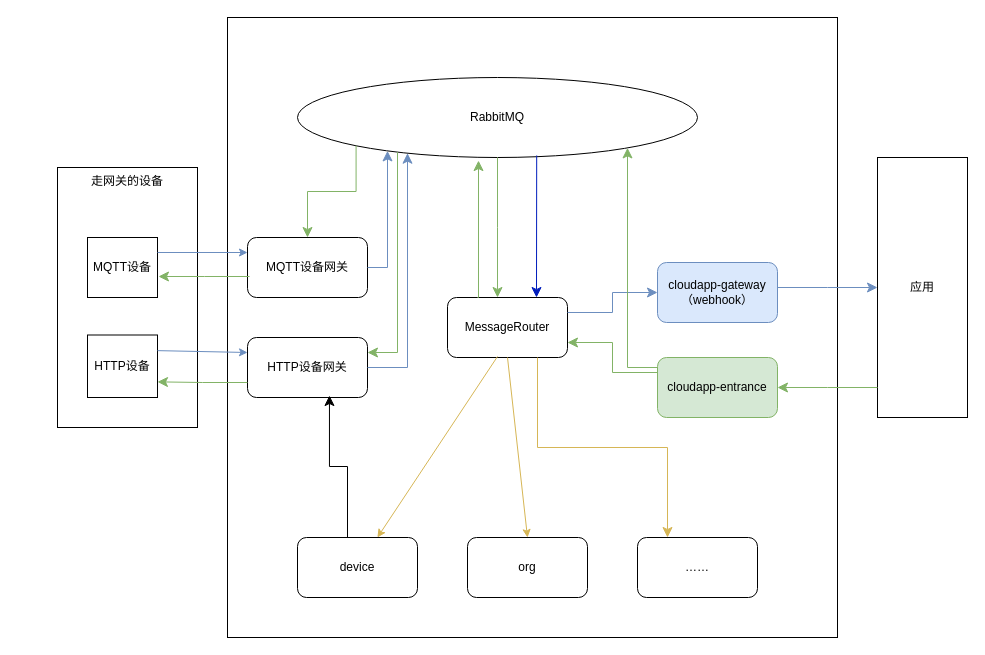
Before: 未命名绘图.drawio in ioware37/tsung, a draw.io diagram. Source tidied: cells renumbered, new cells numbered last; positions are measured from the earlier drawing's top-left corner, leaving out a move shared by most shapes. Both pictures are drawn from the tidied source at 100%, with x=0, y=0 at pixel (57, 17).
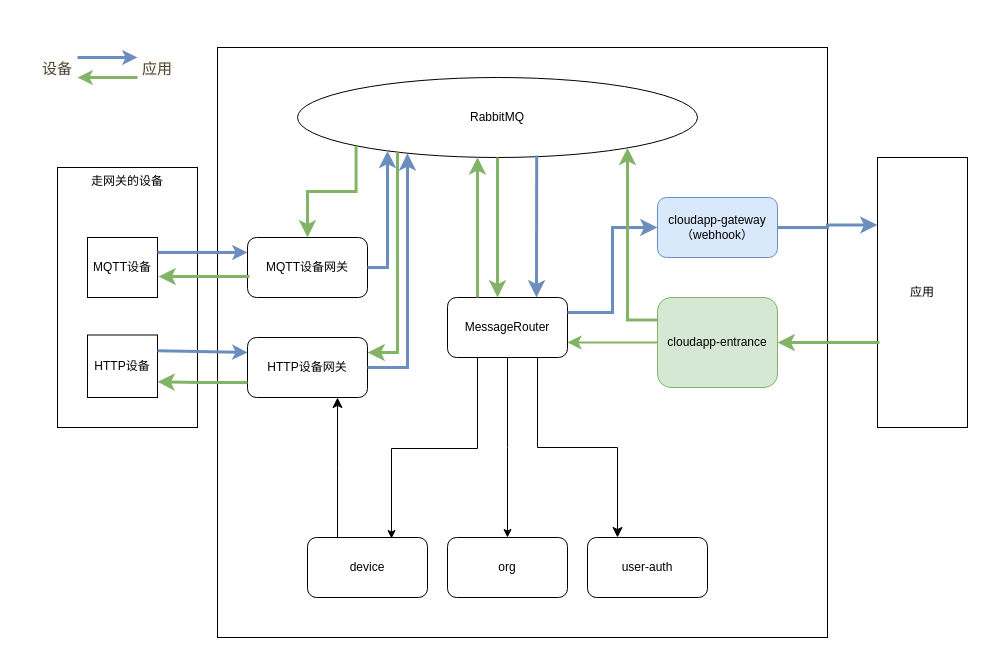
After the change.

Unchanged cells that the change refers to:
```xml
<mxCell id="4" value="MQTT设备" style="rounded=0;whiteSpace=wrap;html=1;" parent="1" vertex="1">
  <mxGeometry x="30" y="220" width="70" height="60" as="geometry" />
</mxCell>
<mxCell id="5" value="HTTP设备" style="rounded=0;whiteSpace=wrap;html=1;" parent="1" vertex="1">
  <mxGeometry x="30" y="317.5" width="70" height="62.5" as="geometry" />
</mxCell>
<mxCell id="6" value="MQTT设备网关" style="rounded=1;whiteSpace=wrap;html=1;" parent="1" vertex="1">
  <mxGeometry x="190" y="220" width="120" height="60" as="geometry" />
</mxCell>
<mxCell id="7" value="HTTP设备网关" style="rounded=1;whiteSpace=wrap;html=1;" parent="1" vertex="1">
  <mxGeometry x="190" y="320" width="120" height="60" as="geometry" />
</mxCell>
<mxCell id="8" value="RabbitMQ" style="ellipse;whiteSpace=wrap;html=1;" parent="1" vertex="1">
  <mxGeometry x="240" y="60" width="400" height="80" as="geometry" />
</mxCell>
<mxCell id="9" value="MessageRouter" style="rounded=1;whiteSpace=wrap;html=1;" parent="1" vertex="1">
  <mxGeometry x="390" y="280" width="120" height="60" as="geometry" />
</mxCell>
```

The edit, as a diff of the source:
```diff
@@
-    <mxCell id="2" style="rounded=0;whiteSpace=wrap;html=1;fillColor=none;" parent="1" vertex="1">
-      <mxGeometry x="170" width="610" height="620" as="geometry" />
+    <mxCell id="2" style="rounded=0;whiteSpace=wrap;html=1;" parent="1" vertex="1">
+      <mxGeometry x="160" y="30" width="610" height="590" as="geometry" />
     </mxCell>
@@
-    <mxCell id="10" style="endArrow=classic;html=1;rounded=0;entryX=0;entryY=0.25;entryDx=0;entryDy=0;fillColor=#dae8fc;strokeColor=#6c8ebf;exitX=1;exitY=0.25;exitDx=0;exitDy=0;" parent="1" edge="1" source="4" target="6">
+    <mxCell id="10" style="endArrow=classic;html=1;rounded=0;entryX=0;entryY=0.25;entryDx=0;entryDy=0;fillColor=#dae8fc;strokeColor=#6c8ebf;exitX=1;exitY=0.25;exitDx=0;exitDy=0;strokeWidth=3;" parent="1" edge="1" source="4" target="6">
       <mxGeometry relative="1" as="geometry" />
     </mxCell>
-    <mxCell id="11" style="endArrow=classic;html=1;rounded=0;exitX=1;exitY=0.25;exitDx=0;exitDy=0;fillColor=#dae8fc;strokeColor=#6c8ebf;entryX=0;entryY=0.25;entryDx=0;entryDy=0;" parent="1" edge="1" source="5" target="7">
+    <mxCell id="11" style="endArrow=classic;html=1;rounded=0;exitX=1;exitY=0.25;exitDx=0;exitDy=0;fillColor=#dae8fc;strokeColor=#6c8ebf;entryX=0;entryY=0.25;entryDx=0;entryDy=0;strokeWidth=3;" parent="1" edge="1" source="5" target="7">
       <mxGeometry relative="1" as="geometry" />
     </mxCell>
-    <mxCell id="12" style="edgeStyle=elbowEdgeStyle;elbow=horizontal;endArrow=classic;html=1;curved=0;rounded=0;endSize=8;startSize=8;fillColor=#dae8fc;strokeColor=#6c8ebf;" parent="1" edge="1" source="7" target="8">
+    <mxCell id="12" style="edgeStyle=elbowEdgeStyle;elbow=horizontal;endArrow=classic;html=1;curved=0;rounded=0;endSize=8;startSize=8;fillColor=#dae8fc;strokeColor=#6c8ebf;strokeWidth=3;" parent="1" edge="1" source="7" target="8">
       <mxGeometry relative="1" as="geometry">
         <Array as="points">
           <mxPoint x="350" y="260" />
         </Array>
       </mxGeometry>
     </mxCell>
-    <mxCell id="13" style="edgeStyle=elbowEdgeStyle;elbow=horizontal;endArrow=classic;html=1;curved=0;rounded=0;endSize=8;startSize=8;exitX=0.5;exitY=1;exitDx=0;exitDy=0;fillColor=#d5e8d4;strokeColor=#82b366;" parent="1" edge="1" source="8" target="9">
+    <mxCell id="13" style="edgeStyle=elbowEdgeStyle;elbow=horizontal;endArrow=classic;html=1;curved=0;rounded=0;endSize=8;startSize=8;exitX=0.5;exitY=1;exitDx=0;exitDy=0;fillColor=#d5e8d4;strokeColor=#82b366;strokeWidth=3;" parent="1" edge="1" source="8" target="9">
       <mxGeometry relative="1" as="geometry" />
     </mxCell>
-    <mxCell id="14" style="edgeStyle=elbowEdgeStyle;elbow=horizontal;endArrow=classic;html=1;curved=0;rounded=0;endSize=8;startSize=8;exitX=1;exitY=0.5;exitDx=0;exitDy=0;fillColor=#dae8fc;strokeColor=#6c8ebf;" parent="1" edge="1" source="6" target="8">
+    <mxCell id="14" style="edgeStyle=elbowEdgeStyle;elbow=horizontal;endArrow=classic;html=1;curved=0;rounded=0;endSize=8;startSize=8;exitX=1;exitY=0.5;exitDx=0;exitDy=0;fillColor=#dae8fc;strokeColor=#6c8ebf;strokeWidth=3;" parent="1" edge="1" source="6" target="8">
       <mxGeometry relative="1" as="geometry">
         <Array as="points">
           <mxPoint x="330" y="220" />
         </Array>
       </mxGeometry>
     </mxCell>
     <mxCell id="15" value="cloudapp-gateway&lt;br&gt;（webhook）" style="rounded=1;whiteSpace=wrap;html=1;fillColor=#dae8fc;strokeColor=#6c8ebf;" parent="1" vertex="1">
-      <mxGeometry x="600" y="245" width="120" height="60" as="geometry" />
+      <mxGeometry x="600" y="180" width="120" height="60" as="geometry" />
     </mxCell>
-    <mxCell id="16" style="edgeStyle=elbowEdgeStyle;elbow=horizontal;endArrow=classic;html=1;curved=0;rounded=0;endSize=8;startSize=8;exitX=1;exitY=0.25;exitDx=0;exitDy=0;fillColor=#dae8fc;strokeColor=#6c8ebf;" parent="1" edge="1" source="9" target="15">
+    <mxCell id="16" style="edgeStyle=elbowEdgeStyle;elbow=horizontal;endArrow=classic;html=1;curved=0;rounded=0;endSize=8;startSize=8;exitX=1;exitY=0.25;exitDx=0;exitDy=0;fillColor=#dae8fc;strokeColor=#6c8ebf;strokeWidth=3;" parent="1" edge="1" source="9" target="15">
       <mxGeometry relative="1" as="geometry" />
     </mxCell>
     <mxCell id="17" value="应用" style="rounded=0;whiteSpace=wrap;html=1;" parent="1" vertex="1">
-      <mxGeometry x="820" y="140" width="90" height="260" as="geometry" />
+      <mxGeometry x="820" y="140" width="90" height="270" as="geometry" />
     </mxCell>
-    <mxCell id="18" style="edgeStyle=elbowEdgeStyle;elbow=horizontal;endArrow=classic;html=1;curved=0;rounded=0;endSize=8;startSize=8;entryX=0;entryY=0.5;entryDx=0;entryDy=0;fillColor=#dae8fc;strokeColor=#6c8ebf;" parent="1" edge="1" target="17">
-      <mxGeometry relative="1" as="geometry">
-        <mxPoint x="720" y="270" as="sourcePoint" />
-      </mxGeometry>
-    </mxCell>
     <mxCell id="19" value="cloudapp-entrance" style="rounded=1;whiteSpace=wrap;html=1;fillColor=#d5e8d4;strokeColor=#82b366;" parent="1" vertex="1">
-      <mxGeometry x="600" y="340" width="120" height="60" as="geometry" />
+      <mxGeometry x="600" y="280" width="120" height="90" as="geometry" />
     </mxCell>
-    <mxCell id="20" style="edgeStyle=elbowEdgeStyle;elbow=horizontal;endArrow=classic;html=1;curved=0;rounded=0;endSize=8;startSize=8;entryX=1;entryY=0.5;entryDx=0;entryDy=0;fillColor=#d5e8d4;strokeColor=#82b366;" parent="1" edge="1" source="17" target="19">
+    <mxCell id="20" style="edgeStyle=elbowEdgeStyle;elbow=horizontal;endArrow=classic;html=1;curved=0;rounded=0;endSize=8;startSize=8;entryX=1;entryY=0.5;entryDx=0;entryDy=0;fillColor=#d5e8d4;strokeColor=#82b366;exitX=0.022;exitY=0.685;exitDx=0;exitDy=0;exitPerimeter=0;strokeWidth=3;" parent="1" edge="1" source="17" target="19">
       <mxGeometry relative="1" as="geometry">
         <Array as="points">
           <mxPoint x="770" y="370" />
         </Array>
       </mxGeometry>
     </mxCell>
-    <mxCell id="21" style="edgeStyle=elbowEdgeStyle;elbow=horizontal;endArrow=classic;html=1;curved=0;rounded=0;endSize=8;startSize=8;fillColor=#d5e8d4;strokeColor=#82b366;" parent="1" edge="1" source="19" target="8">
+    <mxCell id="21" style="edgeStyle=elbowEdgeStyle;elbow=horizontal;endArrow=classic;html=1;curved=0;rounded=0;endSize=8;startSize=8;fillColor=#d5e8d4;strokeColor=#82b366;exitX=0;exitY=0.25;exitDx=0;exitDy=0;strokeWidth=3;" parent="1" edge="1" source="19" target="8">
       <mxGeometry relative="1" as="geometry">
         <Array as="points">
           <mxPoint x="570" y="350" />
         </Array>
       </mxGeometry>
     </mxCell>
-    <mxCell id="22" style="edgeStyle=elbowEdgeStyle;elbow=horizontal;endArrow=classic;html=1;curved=0;rounded=0;endSize=8;startSize=8;exitX=0.598;exitY=0.975;exitDx=0;exitDy=0;exitPerimeter=0;fillColor=#0050ef;strokeColor=#001DBC;" parent="1" edge="1" source="8" target="9">
+    <mxCell id="22" style="edgeStyle=elbowEdgeStyle;elbow=horizontal;endArrow=classic;html=1;curved=0;rounded=0;endSize=8;startSize=8;exitX=0.598;exitY=0.975;exitDx=0;exitDy=0;exitPerimeter=0;fillColor=#dae8fc;strokeColor=#6c8ebf;strokeWidth=3;" parent="1" edge="1" source="8" target="9">
       <mxGeometry relative="1" as="geometry" />
     </mxCell>
-    <mxCell id="23" style="edgeStyle=elbowEdgeStyle;elbow=horizontal;endArrow=classic;html=1;curved=0;rounded=0;endSize=8;startSize=8;exitX=0.25;exitY=0;exitDx=0;exitDy=0;entryX=0.453;entryY=1.038;entryDx=0;entryDy=0;entryPerimeter=0;fillColor=#d5e8d4;strokeColor=#82b366;" parent="1" edge="1" source="9" target="8">
+    <mxCell id="23" style="edgeStyle=elbowEdgeStyle;elbow=horizontal;endArrow=classic;html=1;curved=0;rounded=0;endSize=8;startSize=8;exitX=0.25;exitY=0;exitDx=0;exitDy=0;fillColor=#d5e8d4;strokeColor=#82b366;strokeWidth=3;" parent="1" edge="1" source="9" target="8">
       <mxGeometry relative="1" as="geometry" />
     </mxCell>
-    <mxCell id="24" style="edgeStyle=elbowEdgeStyle;elbow=horizontal;endArrow=classic;html=1;curved=0;rounded=0;endSize=8;startSize=8;fillColor=#d5e8d4;strokeColor=#82b366;entryX=1;entryY=0.25;entryDx=0;entryDy=0;" parent="1" edge="1" source="8" target="7">
+    <mxCell id="24" style="edgeStyle=elbowEdgeStyle;elbow=horizontal;endArrow=classic;html=1;curved=0;rounded=0;endSize=8;startSize=8;fillColor=#d5e8d4;strokeColor=#82b366;entryX=1;entryY=0.25;entryDx=0;entryDy=0;strokeWidth=3;" parent="1" edge="1" source="8" target="7">
       <mxGeometry relative="1" as="geometry">
         <Array as="points">
           <mxPoint x="340" y="270" />
         </Array>
       </mxGeometry>
     </mxCell>
-    <mxCell id="25" style="edgeStyle=elbowEdgeStyle;elbow=horizontal;endArrow=classic;html=1;curved=0;rounded=0;endSize=8;startSize=8;entryX=1.014;entryY=0.65;entryDx=0;entryDy=0;exitX=0.017;exitY=0.65;exitDx=0;exitDy=0;exitPerimeter=0;fillColor=#d5e8d4;strokeColor=#82b366;entryPerimeter=0;" parent="1" edge="1" source="6" target="4">
+    <mxCell id="25" style="edgeStyle=elbowEdgeStyle;elbow=horizontal;endArrow=classic;html=1;curved=0;rounded=0;endSize=8;startSize=8;entryX=1.014;entryY=0.65;entryDx=0;entryDy=0;exitX=0.017;exitY=0.65;exitDx=0;exitDy=0;exitPerimeter=0;fillColor=#d5e8d4;strokeColor=#82b366;entryPerimeter=0;strokeWidth=3;" parent="1" edge="1" source="6" target="4">
       <mxGeometry relative="1" as="geometry" />
     </mxCell>
-    <mxCell id="26" style="edgeStyle=elbowEdgeStyle;elbow=horizontal;endArrow=classic;html=1;curved=0;rounded=0;endSize=8;startSize=8;exitX=0;exitY=0.75;exitDx=0;exitDy=0;entryX=1;entryY=0.75;entryDx=0;entryDy=0;fillColor=#d5e8d4;strokeColor=#82b366;" parent="1" edge="1" source="7" target="5">
+    <mxCell id="26" style="edgeStyle=elbowEdgeStyle;elbow=horizontal;endArrow=classic;html=1;curved=0;rounded=0;endSize=8;startSize=8;exitX=0;exitY=0.75;exitDx=0;exitDy=0;entryX=1;entryY=0.75;entryDx=0;entryDy=0;fillColor=#d5e8d4;strokeColor=#82b366;strokeWidth=3;" parent="1" edge="1" source="7" target="5">
       <mxGeometry relative="1" as="geometry" />
     </mxCell>
-    <mxCell id="27" style="edgeStyle=elbowEdgeStyle;elbow=horizontal;endArrow=classic;html=1;curved=0;rounded=0;endSize=8;startSize=8;exitX=0;exitY=0.25;exitDx=0;exitDy=0;entryX=1;entryY=0.75;entryDx=0;entryDy=0;fillColor=#d5e8d4;strokeColor=#82b366;" parent="1" edge="1" source="19" target="9">
+    <mxCell id="27" style="edgeStyle=elbowEdgeStyle;elbow=horizontal;endArrow=classic;html=1;curved=0;rounded=0;endSize=8;startSize=8;exitX=0;exitY=0.5;exitDx=0;exitDy=0;entryX=1;entryY=0.75;entryDx=0;entryDy=0;fillColor=#d5e8d4;strokeColor=#82b366;strokeWidth=2;" parent="1" edge="1" source="19" target="9">
       <mxGeometry relative="1" as="geometry" />
     </mxCell>
     <mxCell id="28" value="device" style="rounded=1;whiteSpace=wrap;html=1;" parent="1" vertex="1">
-      <mxGeometry x="240" y="520" width="120" height="60" as="geometry" />
+      <mxGeometry x="250" y="520" width="120" height="60" as="geometry" />
     </mxCell>
     <mxCell id="29" value="org" style="rounded=1;whiteSpace=wrap;html=1;" parent="1" vertex="1">
-      <mxGeometry x="410" y="520" width="120" height="60" as="geometry" />
+      <mxGeometry x="390" y="520" width="120" height="60" as="geometry" />
     </mxCell>
-    <mxCell id="30" style="endArrow=classic;html=1;rounded=0;exitX=0.417;exitY=0.983;exitDx=0;exitDy=0;exitPerimeter=0;fillColor=#fff2cc;strokeColor=#d6b656;" parent="1" edge="1" source="9" target="28">
+    <mxCell id="30" style="endArrow=classic;html=1;rounded=0;exitX=0.25;exitY=1;exitDx=0;exitDy=0;edgeStyle=elbowEdgeStyle;elbow=vertical;entryX=0.7;entryY=0.017;entryDx=0;entryDy=0;entryPerimeter=0;" parent="1" edge="1" source="9" target="28">
       <mxGeometry relative="1" as="geometry" />
     </mxCell>
-    <mxCell id="31" style="endArrow=classic;html=1;rounded=0;exitX=0.5;exitY=1;exitDx=0;exitDy=0;entryX=0.5;entryY=0;entryDx=0;entryDy=0;fillColor=#fff2cc;strokeColor=#d6b656;" parent="1" edge="1" source="9" target="29">
+    <mxCell id="31" style="endArrow=classic;html=1;rounded=0;exitX=0.5;exitY=1;exitDx=0;exitDy=0;entryX=0.5;entryY=0;entryDx=0;entryDy=0;edgeStyle=elbowEdgeStyle;elbow=vertical;" parent="1" edge="1" source="9" target="29">
       <mxGeometry relative="1" as="geometry" />
     </mxCell>
-    <mxCell id="32" value="……" style="rounded=1;whiteSpace=wrap;html=1;" parent="1" vertex="1">
-      <mxGeometry x="580" y="520" width="120" height="60" as="geometry" />
+    <mxCell id="32" value="user-auth" style="rounded=1;whiteSpace=wrap;html=1;" parent="1" vertex="1">
+      <mxGeometry x="530" y="520" width="120" height="60" as="geometry" />
     </mxCell>
-    <mxCell id="33" style="edgeStyle=elbowEdgeStyle;elbow=vertical;endArrow=classic;html=1;curved=0;rounded=0;endSize=8;startSize=8;exitX=0.75;exitY=1;exitDx=0;exitDy=0;entryX=0.25;entryY=0;entryDx=0;entryDy=0;fillColor=#fff2cc;strokeColor=#d6b656;" parent="1" edge="1" source="9" target="32">
+    <mxCell id="33" style="edgeStyle=elbowEdgeStyle;elbow=vertical;endArrow=classic;html=1;curved=0;rounded=0;endSize=8;startSize=8;exitX=0.75;exitY=1;exitDx=0;exitDy=0;entryX=0.25;entryY=0;entryDx=0;entryDy=0;" parent="1" edge="1" source="9" target="32">
       <mxGeometry relative="1" as="geometry" />
     </mxCell>
-    <mxCell id="34" style="edgeStyle=elbowEdgeStyle;elbow=vertical;endArrow=classic;html=1;curved=0;rounded=0;endSize=8;startSize=8;fillColor=#d5e8d4;strokeColor=#82b366;exitX=0;exitY=1;exitDx=0;exitDy=0;" parent="1" edge="1" source="8" target="6">
+    <mxCell id="34" style="edgeStyle=elbowEdgeStyle;elbow=vertical;endArrow=classic;html=1;curved=0;rounded=0;endSize=8;startSize=8;fillColor=#d5e8d4;strokeColor=#82b366;exitX=0;exitY=1;exitDx=0;exitDy=0;strokeWidth=3;" parent="1" edge="1" source="8" target="6">
       <mxGeometry relative="1" as="geometry" />
     </mxCell>
-    <mxCell id="35" style="edgeStyle=elbowEdgeStyle;elbow=vertical;endArrow=classic;html=1;curved=0;rounded=0;endSize=8;startSize=8;entryX=0.683;entryY=0.967;entryDx=0;entryDy=0;entryPerimeter=0;" parent="1" edge="1" target="7">
-      <mxGeometry relative="1" as="geometry">
-        <mxPoint x="290" y="520" as="sourcePoint" />
-      </mxGeometry>
+    <mxCell id="35" style="edgeStyle=elbowEdgeStyle;elbow=vertical;endArrow=classic;html=1;curved=0;rounded=0;endSize=8;startSize=8;entryX=0.75;entryY=1;entryDx=0;entryDy=0;exitX=0.25;exitY=0;exitDx=0;exitDy=0;" parent="1" edge="1" source="28" target="7">
+      <mxGeometry relative="1" as="geometry" />
     </mxCell>
+    <mxCell id="36" style="edgeStyle=elbowEdgeStyle;elbow=horizontal;endArrow=classic;html=1;curved=0;rounded=0;endSize=8;startSize=8;entryX=0;entryY=0.25;entryDx=0;entryDy=0;strokeWidth=3;fillColor=#dae8fc;strokeColor=#6c8ebf;" parent="1" edge="1" source="15" target="17">
+      <mxGeometry relative="1" as="geometry" />
+    </mxCell>
+    <mxCell id="37" style="endArrow=classic;html=1;rounded=0;fillColor=#dae8fc;strokeColor=#6c8ebf;strokeWidth=3;" parent="1" edge="1">
+      <mxGeometry relative="1" as="geometry">
+        <mxPoint x="20" y="40" as="sourcePoint" />
+        <mxPoint x="80" y="40" as="targetPoint" />
+      </mxGeometry>
+    </mxCell>
+    <mxCell id="38" style="endArrow=classic;html=1;rounded=0;fillColor=#d5e8d4;strokeColor=#82b366;strokeWidth=3;" parent="1" edge="1">
+      <mxGeometry relative="1" as="geometry">
+        <mxPoint x="80" y="60" as="sourcePoint" />
+        <mxPoint x="20" y="60" as="targetPoint" />
+      </mxGeometry>
+    </mxCell>
+    <mxCell id="39" value="&lt;span style=&quot;color: rgb(68, 68, 68); font-family: Arial, &amp;quot;microsoft yahei&amp;quot;, Helvetica, sans-serif; font-size: 15px; font-style: normal; font-variant-ligatures: normal; font-variant-caps: normal; font-weight: 400; letter-spacing: normal; orphans: 2; text-align: start; text-indent: 0px; text-transform: none; widows: 2; word-spacing: 0px; -webkit-text-stroke-width: 0px; background-color: rgb(255, 249, 238); text-decoration-thickness: initial; text-decoration-style: initial; text-decoration-color: initial; float: none; display: inline !important;&quot;&gt;应用&lt;/span&gt;" style="text;html=1;strokeColor=none;fillColor=none;align=center;verticalAlign=middle;whiteSpace=wrap;overflow=hidden;" parent="1" vertex="1">
+      <mxGeometry x="60" y="40" width="80" height="20" as="geometry" />
+    </mxCell>
+    <mxCell id="40" value="&lt;span style=&quot;color: rgb(68, 68, 68); font-family: Arial, &amp;quot;microsoft yahei&amp;quot;, Helvetica, sans-serif; font-size: 15px; font-style: normal; font-variant-ligatures: normal; font-variant-caps: normal; font-weight: 400; letter-spacing: normal; orphans: 2; text-align: start; text-indent: 0px; text-transform: none; widows: 2; word-spacing: 0px; -webkit-text-stroke-width: 0px; background-color: rgb(255, 249, 238); text-decoration-thickness: initial; text-decoration-style: initial; text-decoration-color: initial; float: none; display: inline !important;&quot;&gt;设备&lt;/span&gt;" style="text;html=1;strokeColor=none;fillColor=none;align=center;verticalAlign=middle;whiteSpace=wrap;overflow=hidden;" parent="1" vertex="1">
+      <mxGeometry x="-40" y="40" width="80" height="20" as="geometry" />
+    </mxCell>
```
